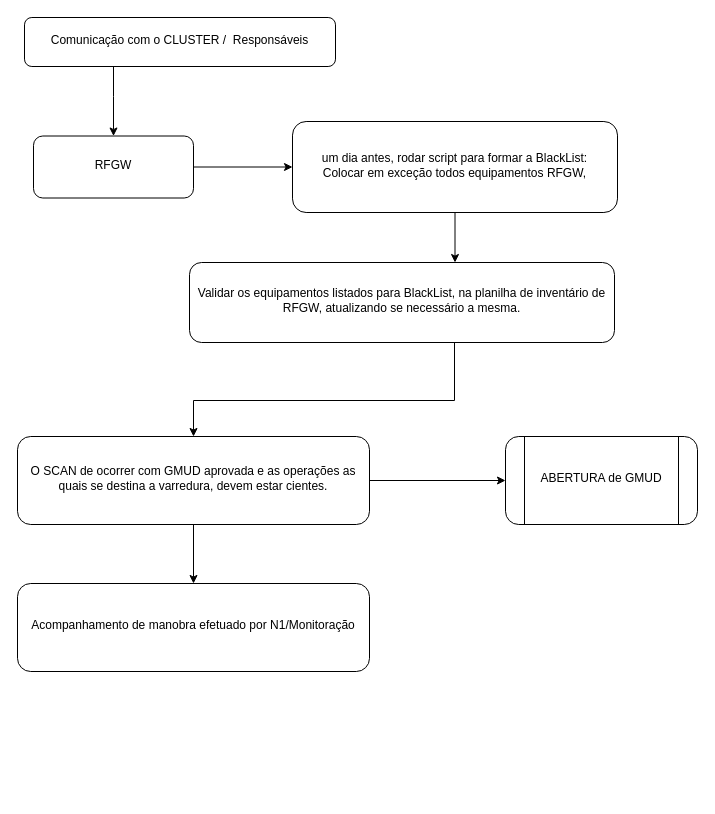
Above: HE_SCAN.drawio in eloyx3x/Diagramas (draw.io), before the change. Source tidied: cells renumbered, new cells numbered last; positions are measured from the earlier drawing's top-left corner, leaving out a move shared by most shapes. Both pictures are drawn from the tidied source at 100%, with x=0, y=0 at pixel (17, 17).
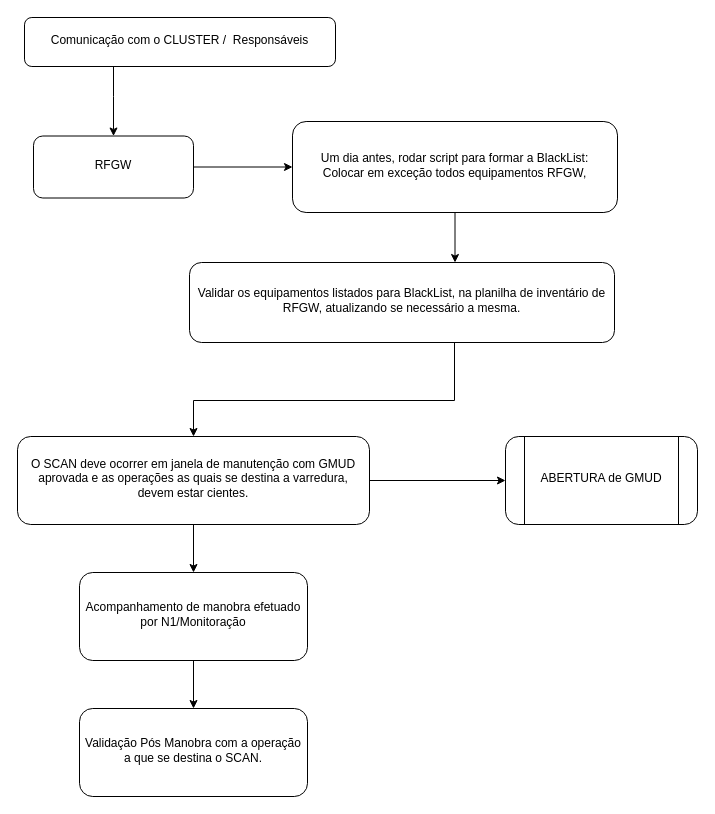
Above is the later version.

The edit, as a diff of the source:
```diff
@@
-    <mxCell id="7" value="&lt;div&gt;um dia antes, rodar script para formar a BlackList:&lt;/div&gt;&lt;div&gt;Colocar em exceção todos equipamentos RFGW, &lt;/div&gt;" style="rounded=1;whiteSpace=wrap;html=1;shadow=0;strokeWidth=1;spacing=6;spacingTop=-4;" parent="1" vertex="1">
+    <mxCell id="7" value="&lt;div&gt;Um dia antes, rodar script para formar a BlackList:&lt;/div&gt;&lt;div&gt;Colocar em exceção todos equipamentos RFGW, &lt;/div&gt;" style="rounded=1;whiteSpace=wrap;html=1;shadow=0;strokeWidth=1;spacing=6;spacingTop=-4;" parent="1" vertex="1">
       <mxGeometry x="275" y="104" width="325" height="91" as="geometry" />
     </mxCell>
@@
-    <mxCell id="12" value="O SCAN de ocorrer com GMUD aprovada e as operações as quais se destina a varredura, devem estar cientes." style="rounded=1;whiteSpace=wrap;html=1;shadow=0;strokeWidth=1;spacing=6;spacingTop=-4;" parent="1" vertex="1">
+    <mxCell id="12" value="O SCAN deve ocorrer em janela de manutenção com GMUD aprovada e as operações as quais se destina a varredura, devem estar cientes." style="rounded=1;whiteSpace=wrap;html=1;shadow=0;strokeWidth=1;spacing=6;spacingTop=-4;" parent="1" vertex="1">
       <mxGeometry y="419" width="352" height="88" as="geometry" />
     </mxCell>
@@
+    <mxCell id="15" style="edgeStyle=orthogonalEdgeStyle;rounded=0;jettySize=auto;html=1;" parent="1" edge="1" source="14" target="16">
+      <mxGeometry relative="1" as="geometry" />
+    </mxCell>
     <mxCell id="14" value="Acompanhamento de manobra efetuado por N1/Monitoração" style="rounded=1;whiteSpace=wrap;html=1;shadow=0;strokeWidth=1;spacing=6;spacingTop=-4;" parent="1" vertex="1">
-      <mxGeometry y="566" width="352" height="88" as="geometry" />
+      <mxGeometry x="62" y="555" width="228" height="88" as="geometry" />
     </mxCell>
+    <mxCell id="16" value="Validação Pós Manobra com a operação a que se destina o SCAN." style="rounded=1;whiteSpace=wrap;html=1;shadow=0;strokeWidth=1;spacing=6;spacingTop=-4;" parent="1" vertex="1">
+      <mxGeometry x="62" y="691" width="228" height="88" as="geometry" />
+    </mxCell>
```
